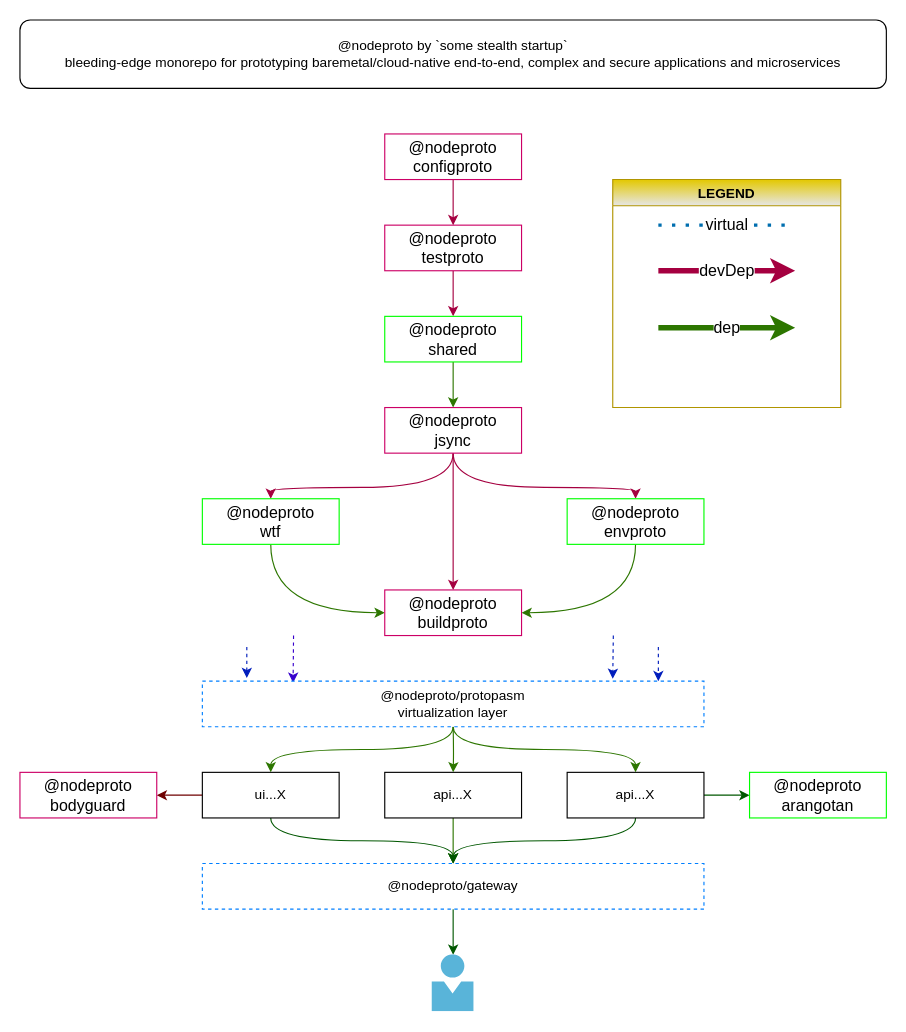
Earlier version of the draw.io diagram doc/architecture.drawio (noahehall/nodeproto). Source tidied: cells renumbered, new cells numbered last; positions are measured from the earlier drawing's top-left corner, leaving out a move shared by most shapes. Both pictures are drawn from the tidied source at 114%, with x=0, y=0 at pixel (19, 19).
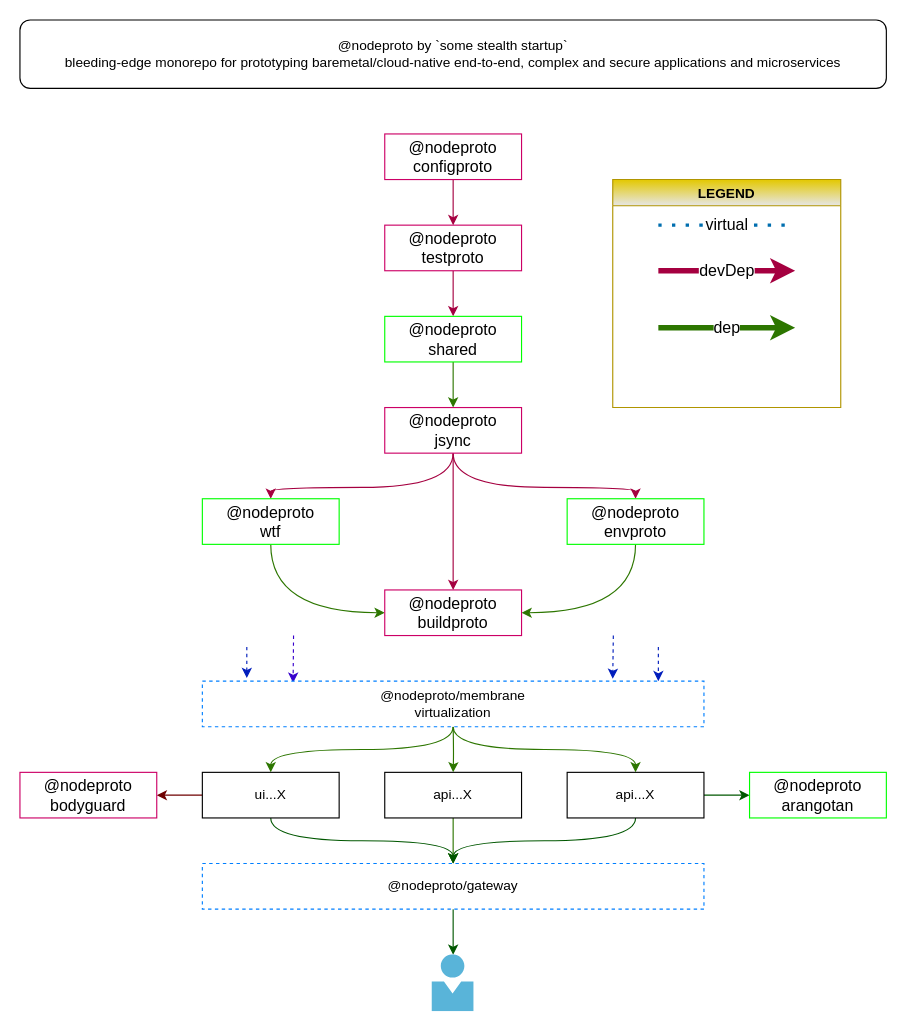
After the change.

Commit message (it also covers changes not shown here):
rename protoplasm -> membrane

What changed in the source:
```diff
@@
-    <mxCell id="36" value="@nodeproto/protopasm&lt;br&gt;virtualization layer" style="rounded=0;whiteSpace=wrap;html=1;strokeColor=#007FFF;dashed=1;" parent="1" vertex="1">
+    <mxCell id="36" value="@nodeproto/membrane&lt;br&gt;virtualization" style="rounded=0;whiteSpace=wrap;html=1;strokeColor=#007FFF;dashed=1;" parent="1" vertex="1">
       <mxGeometry x="160" y="580" width="440" height="40" as="geometry" />
     </mxCell>
```
